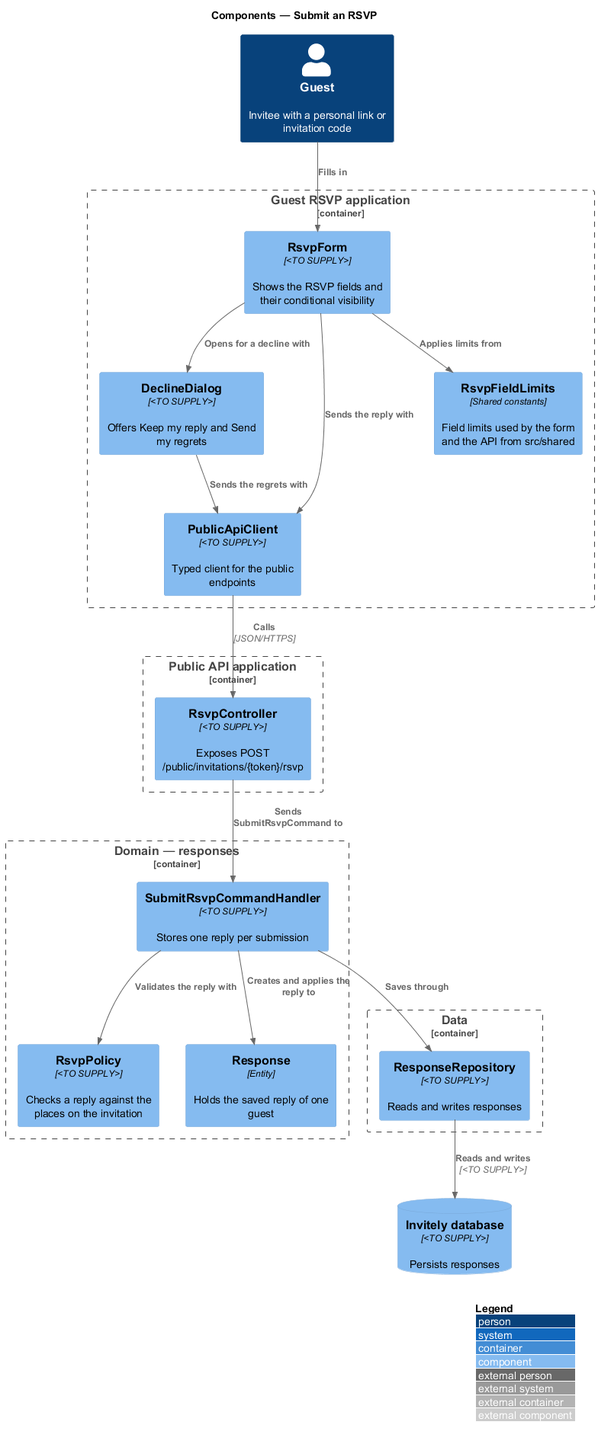
Earlier version of the PlantUML export docs/detailed-designs/rsvp/submit-rsvp/diagrams/c4-component.png (QuinntyneBrown/rsvp-cms). The source it was exported from:
```plantuml
@startuml
!include <C4/C4_Component>
LAYOUT_WITH_LEGEND()
title Components — Submit an RSVP

Person(guest, "Guest", "Invitee with a personal link or invitation code")
Container_Boundary(rsvp, "Guest RSVP application") {
  Component(form, "RsvpForm", "<TO SUPPLY>", "Shows the RSVP fields and their conditional visibility")
  Component(dialog, "DeclineDialog", "<TO SUPPLY>", "Offers Keep my reply and Send my regrets")
  Component(client, "PublicApiClient", "<TO SUPPLY>", "Typed client for the public endpoints")
  Component(limits, "RsvpFieldLimits", "Shared constants", "Field limits used by the form and the API from src/shared")
}
Container_Boundary(publicApi, "Public API application") {
  Component(ctrl, "RsvpController", "<TO SUPPLY>", "Exposes POST /public/invitations/{token}/rsvp")
}
Container_Boundary(domain, "Domain — responses") {
  Component(handler, "SubmitRsvpCommandHandler", "<TO SUPPLY>", "Stores one reply per submission")
  Component(policy, "RsvpPolicy", "<TO SUPPLY>", "Checks a reply against the places on the invitation")
  Component(response, "Response", "Entity", "Holds the saved reply of one guest")
}
Container_Boundary(data, "Data") {
  Component(repo, "ResponseRepository", "<TO SUPPLY>", "Reads and writes responses")
}
ComponentDb(db, "Invitely database", "<TO SUPPLY>", "Persists responses")
Rel(guest, form, "Fills in")
Rel(form, dialog, "Opens for a decline with")
Rel(form, limits, "Applies limits from")
Rel(form, client, "Sends the reply with")
Rel(dialog, client, "Sends the regrets with")
Rel(client, ctrl, "Calls", "JSON/HTTPS")
Rel(ctrl, handler, "Sends SubmitRsvpCommand to")
Rel(handler, policy, "Validates the reply with")
Rel(handler, response, "Creates and applies the reply to")
Rel(handler, repo, "Saves through")
Rel(repo, db, "Reads and writes", "<TO SUPPLY>")
@enduml
```
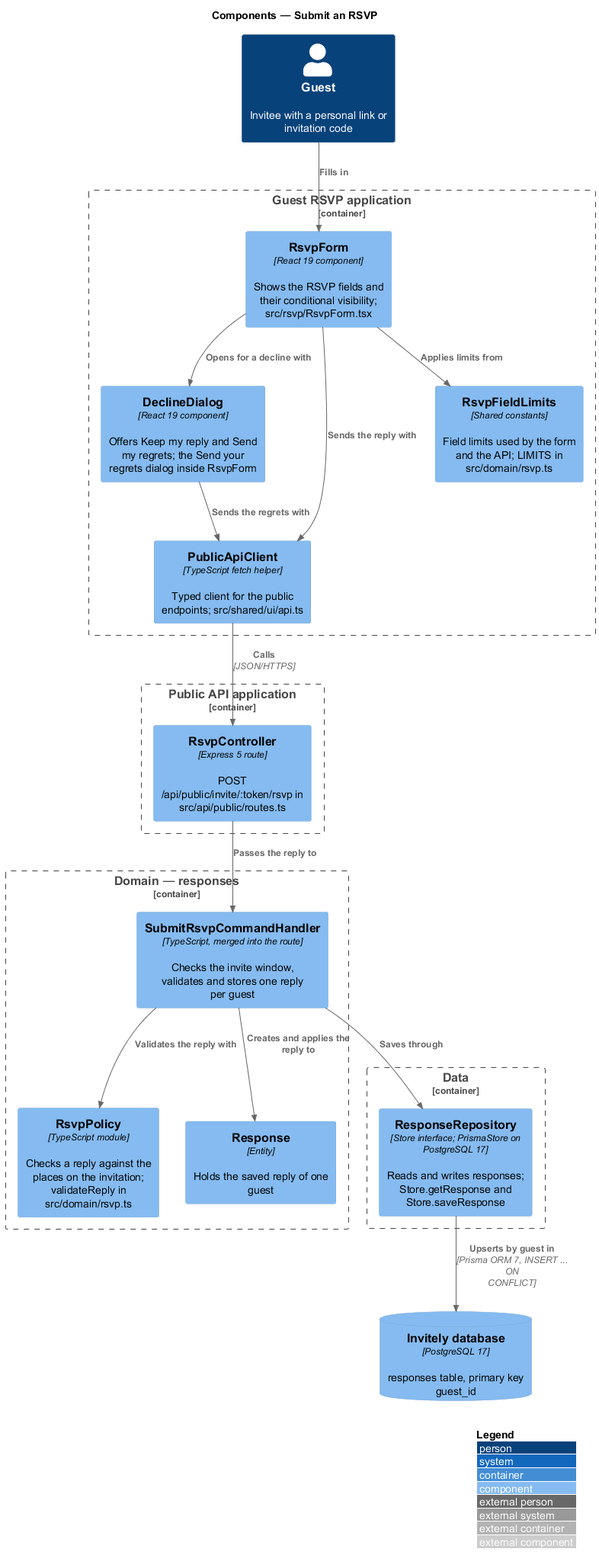
Above is the later version.

Diff of the diagram source:
```diff
@@ -5,32 +5,32 @@
 
 Person(guest, "Guest", "Invitee with a personal link or invitation code")
 Container_Boundary(rsvp, "Guest RSVP application") {
-  Component(form, "RsvpForm", "<TO SUPPLY>", "Shows the RSVP fields and their conditional visibility")
-  Component(dialog, "DeclineDialog", "<TO SUPPLY>", "Offers Keep my reply and Send my regrets")
-  Component(client, "PublicApiClient", "<TO SUPPLY>", "Typed client for the public endpoints")
-  Component(limits, "RsvpFieldLimits", "Shared constants", "Field limits used by the form and the API from src/shared")
+  Component(form, "RsvpForm", "React 19 component", "Shows the RSVP fields and their conditional visibility; src/rsvp/RsvpForm.tsx")
+  Component(dialog, "DeclineDialog", "React 19 component", "Offers Keep my reply and Send my regrets; the Send your regrets dialog inside RsvpForm")
+  Component(client, "PublicApiClient", "TypeScript fetch helper", "Typed client for the public endpoints; src/shared/ui/api.ts")
+  Component(limits, "RsvpFieldLimits", "Shared constants", "Field limits used by the form and the API; LIMITS in src/domain/rsvp.ts")
 }
 Container_Boundary(publicApi, "Public API application") {
-  Component(ctrl, "RsvpController", "<TO SUPPLY>", "Exposes POST /public/invitations/{token}/rsvp")
+  Component(ctrl, "RsvpController", "Express 5 route", "POST /api/public/invite/:token/rsvp in src/api/public/routes.ts")
 }
 Container_Boundary(domain, "Domain — responses") {
-  Component(handler, "SubmitRsvpCommandHandler", "<TO SUPPLY>", "Stores one reply per submission")
-  Component(policy, "RsvpPolicy", "<TO SUPPLY>", "Checks a reply against the places on the invitation")
+  Component(handler, "SubmitRsvpCommandHandler", "TypeScript, merged into the route", "Checks the invite window, validates and stores one reply per guest")
+  Component(policy, "RsvpPolicy", "TypeScript module", "Checks a reply against the places on the invitation; validateReply in src/domain/rsvp.ts")
   Component(response, "Response", "Entity", "Holds the saved reply of one guest")
 }
 Container_Boundary(data, "Data") {
-  Component(repo, "ResponseRepository", "<TO SUPPLY>", "Reads and writes responses")
+  Component(repo, "ResponseRepository", "Store interface; PrismaStore on PostgreSQL 17", "Reads and writes responses; Store.getResponse and Store.saveResponse")
 }
-ComponentDb(db, "Invitely database", "<TO SUPPLY>", "Persists responses")
+ComponentDb(db, "Invitely database", "PostgreSQL 17", "responses table, primary key guest_id")
 Rel(guest, form, "Fills in")
 Rel(form, dialog, "Opens for a decline with")
 Rel(form, limits, "Applies limits from")
 Rel(form, client, "Sends the reply with")
 Rel(dialog, client, "Sends the regrets with")
 Rel(client, ctrl, "Calls", "JSON/HTTPS")
-Rel(ctrl, handler, "Sends SubmitRsvpCommand to")
+Rel(ctrl, handler, "Passes the reply to")
 Rel(handler, policy, "Validates the reply with")
 Rel(handler, response, "Creates and applies the reply to")
 Rel(handler, repo, "Saves through")
-Rel(repo, db, "Reads and writes", "<TO SUPPLY>")
+Rel(repo, db, "Upserts by guest in", "Prisma ORM 7, INSERT ... ON CONFLICT")
 @enduml
```
